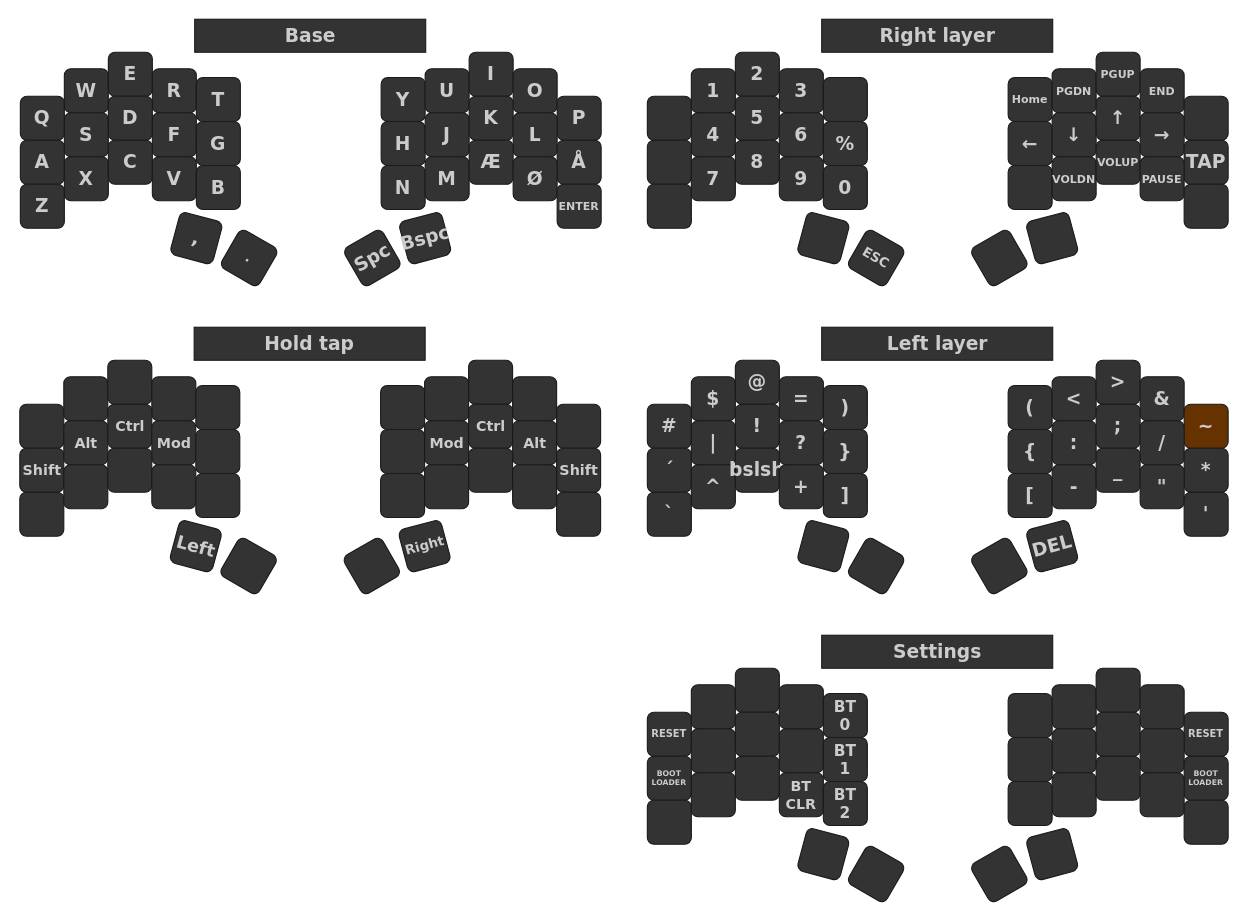
This is keymap.drawio from SofusA/zmk-config, a draw.io file, before an edit. Source tidied: cells renumbered, new cells numbered last; positions are measured from the earlier drawing's top-left corner, leaving out a move shared by most shapes. Both pictures are drawn from the tidied source at 110%, with x=0, y=0 at pixel (20, 19).
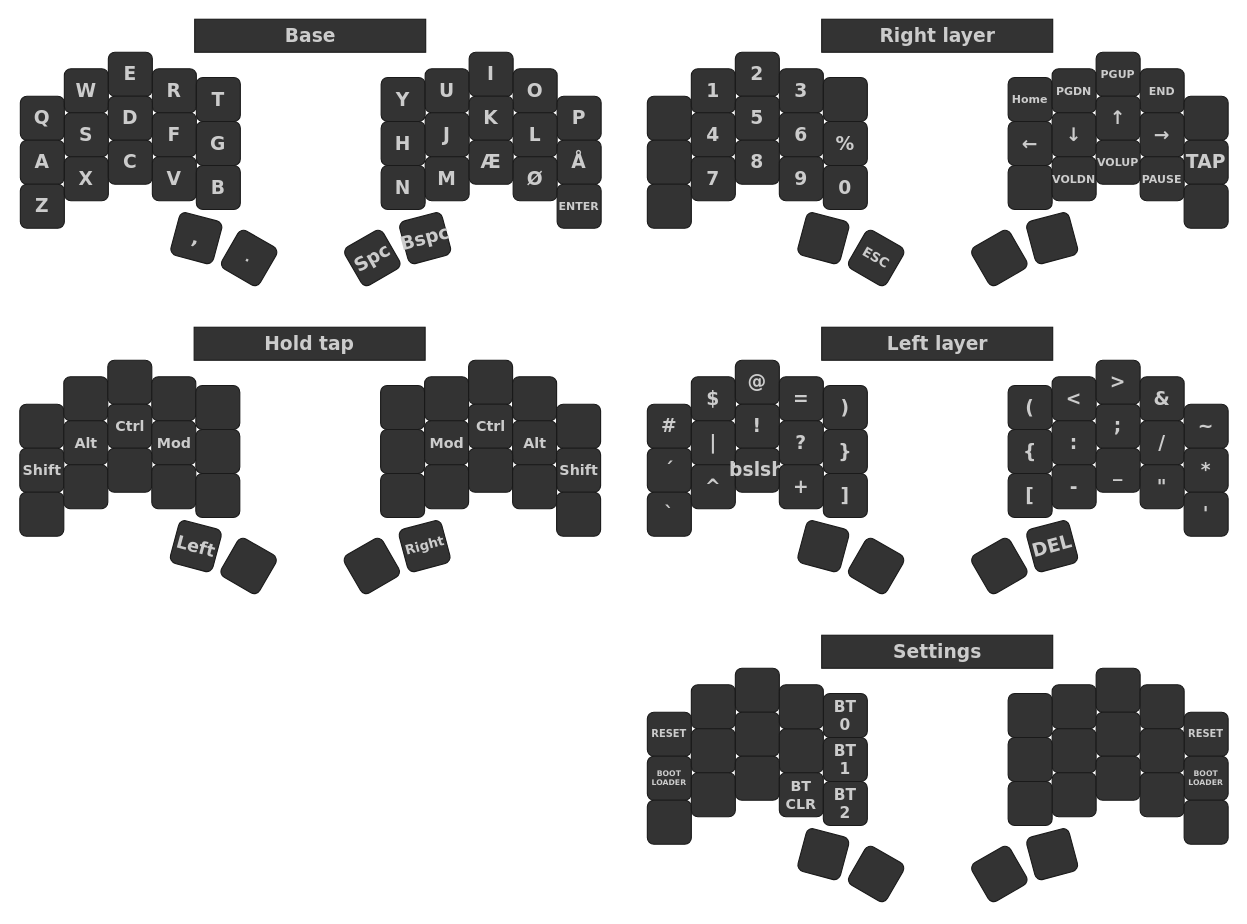
The same page after the edit.

The edit, as a diff of the source:
```diff
@@
-    <mxCell id="129" value="~" style="whiteSpace=wrap;html=1;fontSize=17;fontFamily=Verdana;fontStyle=1;fontColor=#CCCCCC;fillColor=#663300;rounded=1;strokeColor=#1A1A1A;" parent="1" vertex="1">
+    <mxCell id="129" value="~" style="whiteSpace=wrap;html=1;fontSize=17;fontFamily=Verdana;fontStyle=1;fontColor=#CCCCCC;fillColor=#333333;rounded=1;strokeColor=#1A1A1A;" parent="1" vertex="1">
       <mxGeometry x="1058" y="350" width="40" height="40" as="geometry" />
     </mxCell>
```
